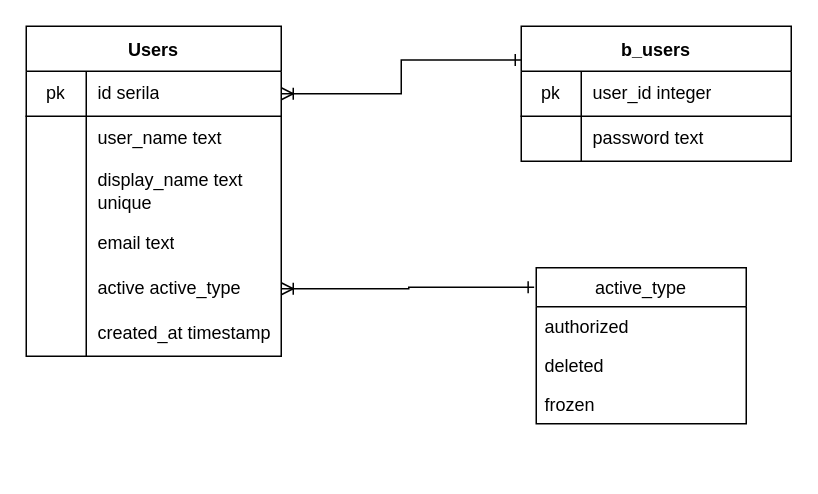
Earlier version of the draw.io diagram DB.drawio (T0R0NT0T0KY0/tis-api). Source tidied: cells renumbered, new cells numbered last; positions are measured from the earlier drawing's top-left corner, leaving out a move shared by most shapes. Both pictures are drawn from the tidied source at 150%, with x=0, y=0 at pixel (26, 26).
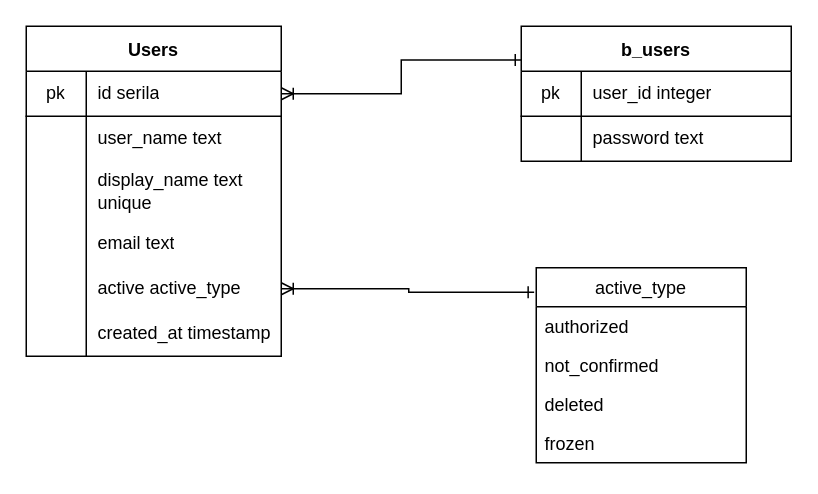
The same page after the edit.

The edit, as a diff of the source:
```diff
@@
     <mxCell id="30" value="active_type" style="swimlane;fontStyle=0;horizontal=1;startSize=26;" parent="1" vertex="1">
-      <mxGeometry x="340" y="161" width="140" height="104" as="geometry" />
+      <mxGeometry x="340" y="161" width="140" height="130" as="geometry" />
     </mxCell>
@@
+    <mxCell id="34" value="not_confirmed" style="text;strokeColor=none;fillColor=none;align=left;verticalAlign=top;spacingLeft=4;spacingRight=4;overflow=hidden;" parent="30" vertex="1">
+      <mxGeometry y="52" width="140" height="26" as="geometry" />
+    </mxCell>
     <mxCell id="32" value="deleted" style="text;strokeColor=none;fillColor=none;align=left;verticalAlign=top;spacingLeft=4;spacingRight=4;overflow=hidden;" parent="30" vertex="1">
-      <mxGeometry y="52" width="140" height="26" as="geometry" />
+      <mxGeometry y="78" width="140" height="26" as="geometry" />
     </mxCell>
     <mxCell id="33" value="frozen" style="text;strokeColor=none;fillColor=none;align=left;verticalAlign=top;spacingLeft=4;spacingRight=4;overflow=hidden;" parent="30" vertex="1">
-      <mxGeometry y="78" width="140" height="26" as="geometry" />
+      <mxGeometry y="104" width="140" height="26" as="geometry" />
     </mxCell>
```
